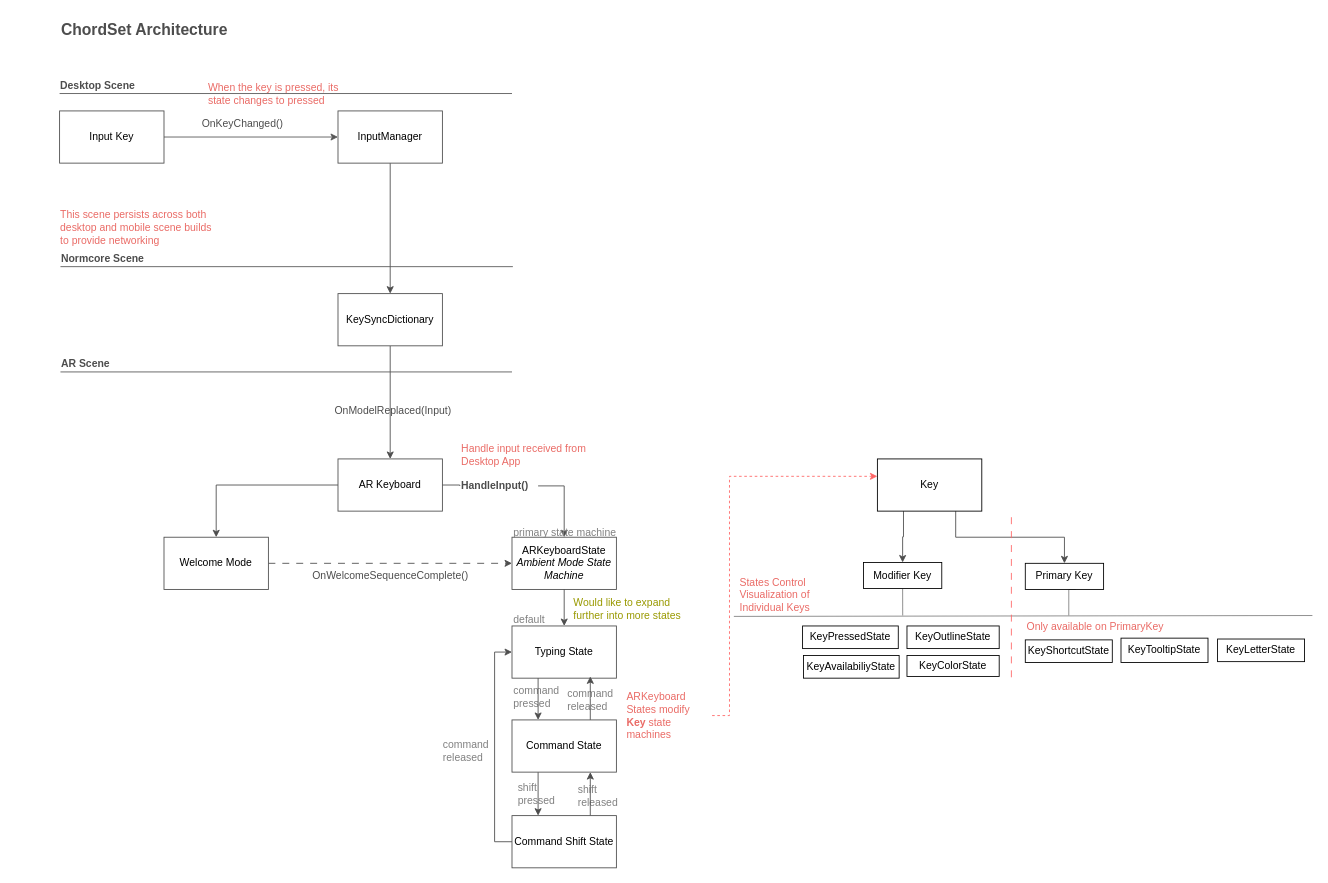
Before: Assets/XML/ChordSet_Architecture_V2.drawio in Andyagus/ChordSet, a draw.io diagram. Source tidied: cells renumbered, new cells numbered last; positions are measured from the earlier drawing's top-left corner, leaving out a move shared by most shapes. Both pictures are drawn from the tidied source at 87%, with x=0, y=0 at pixel (45, 15).
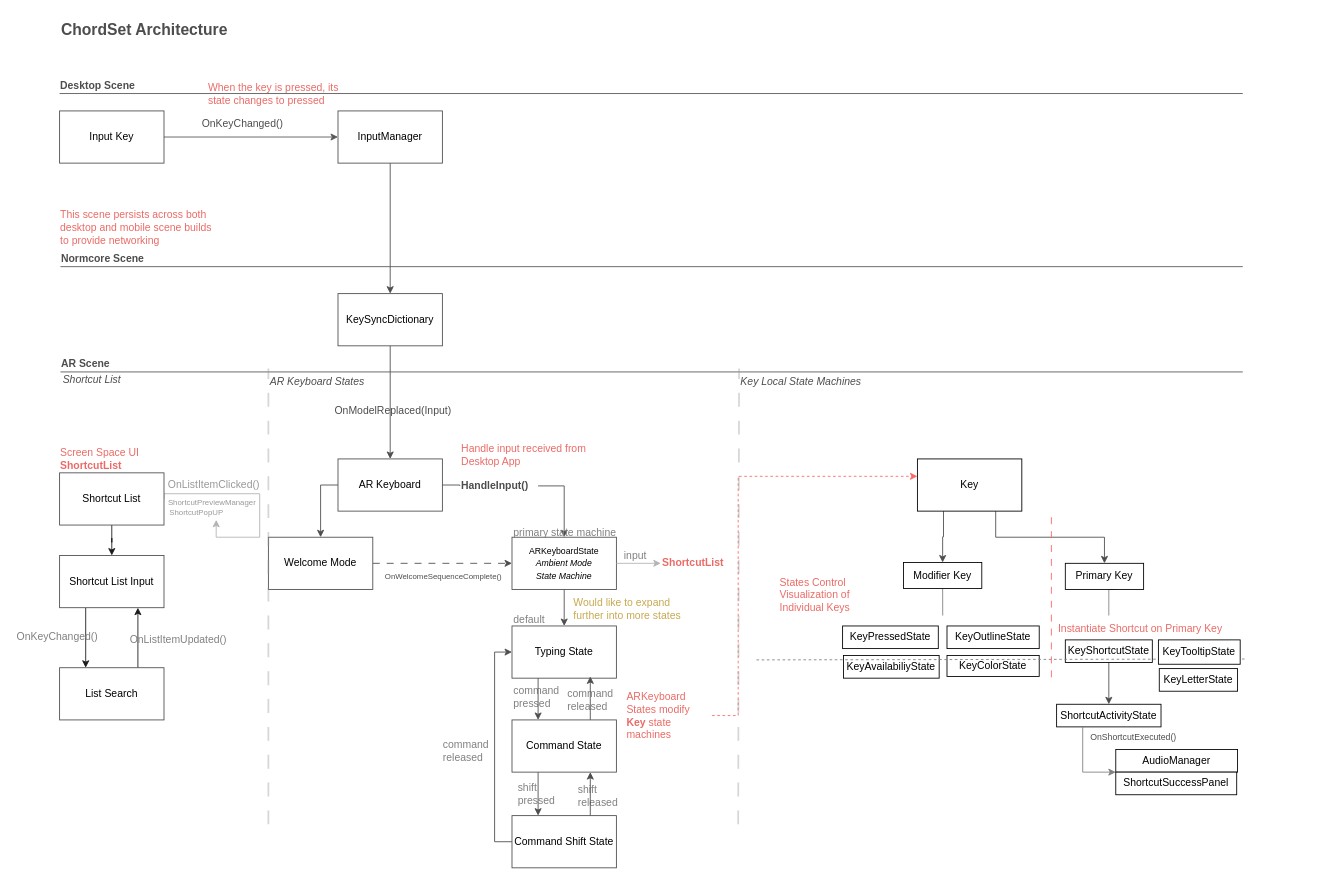
Above is the later version.

Unchanged cells that the change refers to:
```xml
<mxCell id="31" style="group;" parent="1" vertex="1">
  <mxGeometry x="536" y="590" width="130" height="70" as="geometry" />
</mxCell>
<mxCell id="49" value="ARKeyboard States modify &lt;b&gt;Key &lt;/b&gt;state machines" style="text;html=1;strokeColor=none;fillColor=none;align=left;verticalAlign=middle;whiteSpace=wrap;rounded=0;fontColor=#EA6B66;" parent="1" vertex="1">
  <mxGeometry x="666" y="790" width="100" height="30" as="geometry" />
</mxCell>
```

The edit, as a diff of the source:
```diff
@@
     <mxCell id="6" style="endArrow=none;html=1;rounded=0;strokeColor=#575757;" parent="1" edge="1">
       <mxGeometry relative="1" as="geometry">
         <mxPoint x="16" y="90" as="sourcePoint" />
-        <mxPoint x="536" y="90" as="targetPoint" />
+        <mxPoint x="1376" y="90" as="targetPoint" />
       </mxGeometry>
     </mxCell>
@@
     <mxCell id="12" style="endArrow=none;html=1;rounded=0;strokeColor=#575757;" parent="1" edge="1">
       <mxGeometry relative="1" as="geometry">
         <mxPoint x="17" y="289" as="sourcePoint" />
-        <mxPoint x="537" y="289" as="targetPoint" />
+        <mxPoint x="1376" y="289" as="targetPoint" />
       </mxGeometry>
     </mxCell>
@@
     <mxCell id="16" style="endArrow=none;html=1;rounded=0;strokeColor=#575757;" parent="1" edge="1">
       <mxGeometry relative="1" as="geometry">
         <mxPoint x="17" y="410" as="sourcePoint" />
-        <mxPoint x="536" y="410" as="targetPoint" />
+        <mxPoint x="1376" y="410" as="targetPoint" />
       </mxGeometry>
     </mxCell>
@@
     <mxCell id="23" value="Welcome Mode" style="rounded=0;whiteSpace=wrap;html=1;strokeColor=#4D4D4D;" parent="1" vertex="1">
-      <mxGeometry x="136" y="600" width="120" height="60" as="geometry" />
+      <mxGeometry x="256" y="600" width="120" height="60" as="geometry" />
     </mxCell>
-    <mxCell id="24" value="OnWelcomeSequenceComplete()" style="text;html=1;align=center;verticalAlign=middle;strokeColor=none;fillColor=none;fontColor=#4D4D4D;rotation=0;" parent="1" vertex="1">
-      <mxGeometry x="296" y="630" width="200" height="30" as="geometry" />
+    <mxCell id="24" value="OnWelcomeSequenceComplete()" style="text;html=1;align=center;verticalAlign=middle;strokeColor=none;fillColor=none;fontColor=#4D4D4D;rotation=0;fontSize=9;" parent="1" vertex="1">
+      <mxGeometry x="377" y="635" width="160" height="20" as="geometry" />
     </mxCell>
@@
-    <mxCell id="32" value="&lt;span style=&quot;font-style: normal;&quot;&gt;ARKeyboardState&lt;br&gt;&lt;/span&gt;Ambient Mode State Machine" style="rounded=0;whiteSpace=wrap;html=1;strokeColor=#4D4D4D;fontStyle=2;" parent="31" vertex="1">
+    <mxCell id="32" value="&lt;font style=&quot;font-size: 10px;&quot;&gt;&lt;span style=&quot;font-style: normal;&quot;&gt;ARKeyboardState&lt;br&gt;&lt;/span&gt;Ambient Mode &lt;br&gt;State Machine&lt;/font&gt;" style="rounded=0;whiteSpace=wrap;html=1;strokeColor=#4D4D4D;fontStyle=2;" parent="31" vertex="1">
       <mxGeometry y="10" width="120" height="60" as="geometry" />
     </mxCell>
@@
-    <mxCell id="47" value="&lt;font&gt;Would like to expand further into more states&lt;/font&gt;" style="text;html=1;strokeColor=none;fillColor=none;align=left;verticalAlign=middle;whiteSpace=wrap;rounded=0;fontColor=#999900;" parent="1" vertex="1">
+    <mxCell id="47" value="&lt;font&gt;Would like to expand further into more states&lt;/font&gt;" style="text;html=1;strokeColor=none;fillColor=none;align=left;verticalAlign=middle;whiteSpace=wrap;rounded=0;fontColor=#C7A950;" parent="1" vertex="1">
       <mxGeometry x="605" y="667" width="149" height="30" as="geometry" />
     </mxCell>
     <mxCell id="48" style="edgeStyle=orthogonalEdgeStyle;rounded=0;jettySize=auto;html=1;strokeColor=#FF6666;fontSize=18;fontColor=#FF3333;startArrow=none;startFill=0;endArrow=classic;endFill=1;exitX=1;exitY=0.5;exitDx=0;exitDy=0;dashed=1;" parent="1" edge="1" source="49" target="52">
       <mxGeometry relative="1" as="geometry">
         <Array as="points">
-          <mxPoint x="786" y="805" />
-          <mxPoint x="786" y="530" />
+          <mxPoint x="796" y="805" />
+          <mxPoint x="796" y="530" />
         </Array>
       </mxGeometry>
     </mxCell>
@@
     <mxCell id="52" value="Key" style="rounded=0;whiteSpace=wrap;html=1;" parent="1" vertex="1">
-      <mxGeometry x="956" y="510" width="120" height="60" as="geometry" />
+      <mxGeometry x="1002" y="510" width="120" height="60" as="geometry" />
     </mxCell>
     <mxCell id="53" style="edgeStyle=orthogonalEdgeStyle;rounded=0;jettySize=auto;html=1;exitX=0.5;exitY=1;exitDx=0;exitDy=0;strokeColor=#808080;strokeWidth=1;fontSize=10;fontColor=#FF3333;startArrow=none;startFill=0;endArrow=none;endFill=0;" parent="1" edge="1" source="54">
       <mxGeometry relative="1" as="geometry">
-        <mxPoint x="985.1" y="690" as="targetPoint" />
+        <mxPoint x="1031.1" y="690" as="targetPoint" />
       </mxGeometry>
     </mxCell>
     <mxCell id="54" value="Modifier Key" style="rounded=0;whiteSpace=wrap;html=1;" parent="1" vertex="1">
-      <mxGeometry x="940" y="629" width="90" height="30" as="geometry" />
+      <mxGeometry x="986" y="629" width="90" height="30" as="geometry" />
     </mxCell>
     <mxCell id="55" style="edgeStyle=orthogonalEdgeStyle;rounded=0;orthogonalLoop=1;jettySize=auto;html=1;exitX=0.5;exitY=1;exitDx=0;exitDy=0;strokeColor=#808080;strokeWidth=1;fontSize=10;fontColor=#FF3333;startArrow=none;startFill=0;endArrow=none;endFill=0;" parent="1" edge="1">
       <mxGeometry relative="1" as="geometry">
-        <mxPoint x="1184" y="660" as="sourcePoint" />
-        <mxPoint x="1176" y="690" as="targetPoint" />
+        <mxPoint x="1230" y="660" as="sourcePoint" />
+        <mxPoint x="1222" y="690" as="targetPoint" />
         <Array as="points">
-          <mxPoint x="1176" y="660" />
+          <mxPoint x="1222" y="660" />
         </Array>
       </mxGeometry>
     </mxCell>
     <mxCell id="56" value="Primary Key" style="rounded=0;whiteSpace=wrap;html=1;" parent="1" vertex="1">
-      <mxGeometry x="1126" y="630" width="90" height="30" as="geometry" />
+      <mxGeometry x="1172" y="630" width="90" height="30" as="geometry" />
     </mxCell>
     <mxCell id="57" value="States Control Visualization of Individual Keys" style="text;html=1;strokeColor=none;fillColor=none;align=left;verticalAlign=middle;whiteSpace=wrap;rounded=0;fontColor=#EA6B66;" parent="1" vertex="1">
-      <mxGeometry x="796" y="651" width="100" height="30" as="geometry" />
+      <mxGeometry x="842" y="651" width="100" height="30" as="geometry" />
     </mxCell>
     <mxCell id="58" value="KeyColorState" style="rounded=0;whiteSpace=wrap;html=1;" parent="1" vertex="1">
-      <mxGeometry x="990" y="736" width="106" height="24" as="geometry" />
+      <mxGeometry x="1036" y="736" width="106" height="24" as="geometry" />
     </mxCell>
     <mxCell id="59" value="KeyAvailabiliyState" style="rounded=0;whiteSpace=wrap;html=1;" parent="1" vertex="1">
-      <mxGeometry x="871" y="736" width="110" height="26" as="geometry" />
+      <mxGeometry x="917" y="736" width="110" height="26" as="geometry" />
     </mxCell>
     <mxCell id="60" value="KeyOutlineState" style="rounded=0;whiteSpace=wrap;html=1;" parent="1" vertex="1">
-      <mxGeometry x="990" y="702" width="106" height="26" as="geometry" />
+      <mxGeometry x="1036" y="702" width="106" height="26" as="geometry" />
     </mxCell>
     <mxCell id="61" value="KeyPressedState" style="rounded=0;whiteSpace=wrap;html=1;" parent="1" vertex="1">
-      <mxGeometry x="870" y="702" width="110" height="26" as="geometry" />
+      <mxGeometry x="916" y="702" width="110" height="26" as="geometry" />
     </mxCell>
+    <mxCell id="68" style="edgeStyle=orthogonalEdgeStyle;rounded=0;jettySize=auto;html=1;exitX=0.5;exitY=1;exitDx=0;exitDy=0;strokeColor=#4D4D4D;strokeWidth=1;fontSize=10;fontColor=#FF3333;startArrow=none;startFill=0;endArrow=classic;endFill=1;" parent="1" edge="1" source="62" target="69">
+      <mxGeometry relative="1" as="geometry" />
+    </mxCell>
     <mxCell id="62" value="KeyShortcutState" style="rounded=0;whiteSpace=wrap;html=1;" parent="1" vertex="1">
-      <mxGeometry x="1126" y="718" width="100" height="26" as="geometry" />
+      <mxGeometry x="1172" y="718" width="100" height="26" as="geometry" />
     </mxCell>
-    <mxCell id="63" style="endArrow=none;html=1;rounded=0;strokeColor=#808080;fontSize=10;fontColor=#FF3333;" parent="1" edge="1">
+    <mxCell id="63" style="endArrow=none;html=1;rounded=0;strokeColor=#808080;fontSize=10;fontColor=#FF3333;dashed=1;" parent="1" edge="1">
       <mxGeometry relative="1" as="geometry">
-        <mxPoint x="791" y="691" as="sourcePoint" />
-        <mxPoint x="1456" y="690" as="targetPoint" />
+        <mxPoint x="817" y="741" as="sourcePoint" />
+        <mxPoint x="1378" y="740" as="targetPoint" />
       </mxGeometry>
     </mxCell>
     <mxCell id="64" style="endArrow=none;html=1;rounded=0;strokeColor=#FF6666;fontSize=10;fontColor=#FF3333;dashed=1;dashPattern=8 8;" parent="1" edge="1">
       <mxGeometry relative="1" as="geometry">
-        <mxPoint x="1110" y="761" as="sourcePoint" />
-        <mxPoint x="1110" y="570" as="targetPoint" />
+        <mxPoint x="1156" y="761" as="sourcePoint" />
+        <mxPoint x="1156" y="570" as="targetPoint" />
       </mxGeometry>
     </mxCell>
     <mxCell id="65" value="KeyTooltipState" style="rounded=0;whiteSpace=wrap;html=1;" parent="1" vertex="1">
-      <mxGeometry x="1236" y="716" width="100" height="28" as="geometry" />
+      <mxGeometry x="1279" y="718" width="94" height="28" as="geometry" />
     </mxCell>
     <mxCell id="66" value="KeyLetterState" style="rounded=0;whiteSpace=wrap;html=1;" parent="1" vertex="1">
-      <mxGeometry x="1347" y="717" width="100" height="26" as="geometry" />
+      <mxGeometry x="1280" y="751" width="90" height="26" as="geometry" />
     </mxCell>
-    <mxCell id="67" value="Only available on PrimaryKey" style="text;html=1;strokeColor=none;fillColor=none;align=left;verticalAlign=middle;whiteSpace=wrap;rounded=0;fontColor=#EA6B66;" parent="1" vertex="1">
-      <mxGeometry x="1126" y="688" width="170" height="30" as="geometry" />
+    <mxCell id="67" value="Instantiate Shortcut on Primary Key" style="text;html=1;strokeColor=none;fillColor=none;align=left;verticalAlign=middle;whiteSpace=wrap;rounded=0;fontColor=#EA6B66;" parent="1" vertex="1">
+      <mxGeometry x="1162" y="690" width="200" height="30" as="geometry" />
     </mxCell>
+    <mxCell id="69" value="ShortcutActivityState" style="rounded=0;whiteSpace=wrap;html=1;" parent="1" vertex="1">
+      <mxGeometry x="1162" y="792" width="120" height="26" as="geometry" />
+    </mxCell>
+    <mxCell id="70" value="&lt;font style=&quot;font-size: 10px;&quot;&gt;OnShortcutExecuted()&lt;/font&gt;" style="text;html=1;align=center;verticalAlign=middle;strokeColor=none;fillColor=none;fontColor=#4D4D4D;rotation=0;" parent="1" vertex="1">
+      <mxGeometry x="1190" y="815" width="120" height="30" as="geometry" />
+    </mxCell>
+    <mxCell id="71" value="AudioManager" style="rounded=0;whiteSpace=wrap;html=1;" parent="1" vertex="1">
+      <mxGeometry x="1230" y="844" width="140" height="26" as="geometry" />
+    </mxCell>
+    <mxCell id="72" value="ShortcutSuccessPanel" style="rounded=0;whiteSpace=wrap;html=1;" parent="1" vertex="1">
+      <mxGeometry x="1230" y="870" width="139" height="26" as="geometry" />
+    </mxCell>
+    <mxCell id="73" style="edgeStyle=orthogonalEdgeStyle;rounded=0;jettySize=auto;html=1;exitX=1;exitY=0.5;exitDx=0;exitDy=0;strokeColor=#B3B3B3;strokeWidth=1;fontSize=10;fontColor=#999999;startArrow=none;startFill=0;endArrow=classic;endFill=1;" parent="1" edge="1" source="75">
+      <mxGeometry relative="1" as="geometry">
+        <mxPoint x="196" y="580" as="targetPoint" />
+        <Array as="points">
+          <mxPoint x="136" y="550" />
+          <mxPoint x="246" y="550" />
+          <mxPoint x="246" y="600" />
+          <mxPoint x="196" y="600" />
+        </Array>
+      </mxGeometry>
+    </mxCell>
+    <mxCell id="74" style="edgeStyle=orthogonalEdgeStyle;rounded=0;jettySize=auto;html=1;exitX=0.5;exitY=1;exitDx=0;exitDy=0;strokeColor=#1A1A1A;strokeWidth=1;fontSize=10;fontColor=#FF3333;startArrow=none;startFill=0;endArrow=classic;endFill=1;" parent="1" edge="1" source="75" target="78">
+      <mxGeometry relative="1" as="geometry" />
+    </mxCell>
+    <mxCell id="75" value="Shortcut List" style="rounded=0;whiteSpace=wrap;html=1;strokeColor=#4D4D4D;" parent="1" vertex="1">
+      <mxGeometry x="16" y="526" width="120" height="60" as="geometry" />
+    </mxCell>
+    <mxCell id="76" value="Screen Space UI&lt;br&gt;&lt;b&gt;ShortcutList&lt;/b&gt;" style="text;html=1;strokeColor=none;fillColor=none;align=left;verticalAlign=middle;whiteSpace=wrap;rounded=0;fontColor=#EA6B66;" parent="1" vertex="1">
+      <mxGeometry x="14.5" y="495" width="100" height="30" as="geometry" />
+    </mxCell>
+    <mxCell id="77" style="edgeStyle=orthogonalEdgeStyle;rounded=0;jettySize=auto;html=1;exitX=0.25;exitY=1;exitDx=0;exitDy=0;entryX=0.25;entryY=0;entryDx=0;entryDy=0;strokeColor=#1A1A1A;strokeWidth=1;fontSize=10;fontColor=#FF3333;startArrow=none;startFill=0;endArrow=classic;endFill=1;" parent="1" edge="1" source="78" target="81">
+      <mxGeometry relative="1" as="geometry" />
+    </mxCell>
+    <mxCell id="78" value="Shortcut List Input" style="rounded=0;whiteSpace=wrap;html=1;strokeColor=#4D4D4D;" parent="1" vertex="1">
+      <mxGeometry x="16" y="621" width="120" height="60" as="geometry" />
+    </mxCell>
+    <mxCell id="79" value="OnListItemClicked()" style="text;html=1;align=center;verticalAlign=middle;strokeColor=none;fillColor=none;fontColor=#999999;rotation=0;" parent="1" vertex="1">
+      <mxGeometry x="128" y="525" width="130" height="30" as="geometry" />
+    </mxCell>
+    <mxCell id="80" style="edgeStyle=orthogonalEdgeStyle;rounded=0;jettySize=auto;html=1;exitX=0.75;exitY=0;exitDx=0;exitDy=0;entryX=0.75;entryY=1;entryDx=0;entryDy=0;strokeColor=#1A1A1A;strokeWidth=1;fontSize=10;fontColor=#FF3333;startArrow=none;startFill=0;endArrow=classic;endFill=1;" parent="1" edge="1" source="81" target="78">
+      <mxGeometry relative="1" as="geometry" />
+    </mxCell>
+    <mxCell id="81" value="List Search" style="rounded=0;whiteSpace=wrap;html=1;strokeColor=#4D4D4D;" parent="1" vertex="1">
+      <mxGeometry x="16" y="750" width="120" height="60" as="geometry" />
+    </mxCell>
+    <mxCell id="82" value="&lt;font color=&quot;#808080&quot;&gt;OnKeyChanged()&lt;/font&gt;" style="text;html=1;strokeColor=none;fillColor=none;align=left;verticalAlign=middle;whiteSpace=wrap;rounded=0;fontColor=#B3B3B3;" parent="1" vertex="1">
+      <mxGeometry x="-35.5" y="714" width="60" as="geometry" />
+    </mxCell>
+    <mxCell id="83" value="&lt;font color=&quot;#808080&quot;&gt;OnListItemUpdated()&lt;/font&gt;" style="text;html=1;strokeColor=none;fillColor=none;align=left;verticalAlign=middle;whiteSpace=wrap;rounded=0;fontColor=#B3B3B3;" parent="1" vertex="1">
+      <mxGeometry x="94.5" y="717" width="60" as="geometry" />
+    </mxCell>
+    <mxCell id="84" value="&lt;font style=&quot;font-size: 9px;&quot;&gt;ShortcutPreviewManager&lt;/font&gt;" style="text;html=1;align=center;verticalAlign=middle;strokeColor=none;fillColor=none;fontColor=#999999;rotation=0;" parent="1" vertex="1">
+      <mxGeometry x="131" y="544" width="120" height="30" as="geometry" />
+    </mxCell>
+    <mxCell id="85" value="&lt;font style=&quot;font-size: 9px;&quot;&gt;ShortcutPopUP&lt;/font&gt;" style="text;html=1;align=center;verticalAlign=middle;strokeColor=none;fillColor=none;fontColor=#999999;rotation=0;" parent="1" vertex="1">
+      <mxGeometry x="128" y="556" width="90" height="30" as="geometry" />
+    </mxCell>
+    <mxCell id="86" style="edgeStyle=orthogonalEdgeStyle;rounded=0;jettySize=auto;html=1;exitX=1;exitY=0.5;exitDx=0;exitDy=0;strokeColor=#B3B3B3;strokeWidth=1;fontSize=9;fontColor=#999999;startArrow=none;startFill=0;endArrow=classic;endFill=1;entryX=0;entryY=0.5;entryDx=0;entryDy=0;" parent="1" edge="1" source="32" target="87">
+      <mxGeometry relative="1" as="geometry" />
+    </mxCell>
+    <mxCell id="87" value="&lt;b&gt;ShortcutList&lt;/b&gt;" style="text;html=1;strokeColor=none;fillColor=none;align=left;verticalAlign=middle;whiteSpace=wrap;rounded=0;fontColor=#EA6B66;" parent="1" vertex="1">
+      <mxGeometry x="707" y="615" width="80" height="30" as="geometry" />
+    </mxCell>
+    <mxCell id="88" value="&lt;font style=&quot;font-size: 12px;&quot; color=&quot;#808080&quot;&gt;input&lt;/font&gt;" style="text;html=1;strokeColor=none;fillColor=none;align=center;verticalAlign=middle;whiteSpace=wrap;rounded=0;fontColor=#B3B3B3;" parent="1" vertex="1">
+      <mxGeometry x="663" y="617" width="30" height="10" as="geometry" />
+    </mxCell>
+    <mxCell id="89" style="endArrow=none;dashed=1;html=1;dashPattern=8 8;strokeWidth=2;rounded=0;strokeColor=#999999;fontSize=12;fontColor=#C7A950;fillColor=#fff2cc;opacity=40;entryX=0;entryY=0;entryDx=0;entryDy=0;" parent="1" edge="1" target="92">
+      <mxGeometry relative="1" as="geometry">
+        <mxPoint x="256" y="930" as="sourcePoint" />
+      </mxGeometry>
+    </mxCell>
+    <mxCell id="90" style="endArrow=none;dashed=1;html=1;dashPattern=8 8;strokeWidth=2;rounded=0;strokeColor=#999999;fontSize=12;fontColor=#C7A950;fillColor=#fff2cc;opacity=40;entryX=0;entryY=0;entryDx=0;entryDy=0;" parent="1" edge="1" target="93">
+      <mxGeometry relative="1" as="geometry">
+        <mxPoint x="796" y="930" as="sourcePoint" />
+      </mxGeometry>
+    </mxCell>
+    <mxCell id="91" value="&lt;font color=&quot;#4d4d4d&quot;&gt;Shortcut List&lt;/font&gt;" style="text;html=1;strokeColor=none;fillColor=none;align=left;verticalAlign=middle;whiteSpace=wrap;rounded=0;fontStyle=2;" parent="1" vertex="1">
+      <mxGeometry x="18" y="404" width="109" height="30" as="geometry" />
+    </mxCell>
+    <mxCell id="92" value="&lt;font color=&quot;#4d4d4d&quot;&gt;AR Keyboard States&lt;/font&gt;" style="text;html=1;strokeColor=none;fillColor=none;align=left;verticalAlign=middle;whiteSpace=wrap;rounded=0;fontStyle=2;" parent="1" vertex="1">
+      <mxGeometry x="256" y="406" width="130" height="30" as="geometry" />
+    </mxCell>
+    <mxCell id="93" value="&lt;font color=&quot;#4d4d4d&quot;&gt;Key Local State Machines&lt;/font&gt;" style="text;html=1;strokeColor=none;fillColor=none;align=left;verticalAlign=middle;whiteSpace=wrap;rounded=0;fontStyle=2;" parent="1" vertex="1">
+      <mxGeometry x="797" y="406" width="149" height="30" as="geometry" />
+    </mxCell>
+    <mxCell id="94" style="edgeStyle=orthogonalEdgeStyle;rounded=0;jettySize=auto;html=1;exitX=0.25;exitY=1;exitDx=0;exitDy=0;strokeColor=#808080;strokeWidth=1;fontSize=10;fontColor=#FF3333;startArrow=none;startFill=0;endArrow=classic;endFill=1;entryX=0;entryY=1;entryDx=0;entryDy=0;" parent="1" edge="1" source="69" target="71">
+      <mxGeometry relative="1" as="geometry">
+        <Array as="points">
+          <mxPoint x="1192" y="870" />
+        </Array>
+      </mxGeometry>
+    </mxCell>
```
